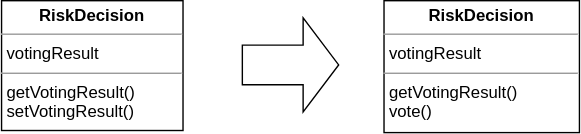
The draw.io diagram images/domain-driven-refactorings/tactical/remove-setter.drawio.svg in hschwentner/hschwentner.io, before a commit. Source tidied: cells renumbered, new cells last; positions are measured from the earlier drawing's top-left corner, leaving out a move shared by most shapes. The source it was exported from:
```xml
<mxGraphModel>
  <root>
    <mxCell id="0" />
    <mxCell id="1" parent="0" />
    <mxCell id="2" value="&lt;p style=&quot;margin: 0px ; margin-top: 4px ; text-align: center&quot;&gt;&lt;b&gt;RiskDecision&lt;/b&gt;&lt;/p&gt;&lt;hr size=&quot;1&quot;&gt;&lt;p style=&quot;margin: 0px ; margin-left: 4px&quot;&gt;votingResult&lt;/p&gt;&lt;hr size=&quot;1&quot;&gt;&lt;p style=&quot;margin: 0px ; margin-left: 4px&quot;&gt;&lt;span&gt;getVotingResult()&lt;/span&gt;&lt;br&gt;&lt;/p&gt;&lt;p style=&quot;margin: 0px ; margin-left: 4px&quot;&gt;setVotingResult()&lt;/p&gt;" style="verticalAlign=top;align=left;overflow=fill;fontSize=12;fontFamily=Helvetica;html=1;" parent="1" vertex="1">
      <mxGeometry width="130" height="93" as="geometry" />
    </mxCell>
    <mxCell id="3" style="shape=flexArrow;endArrow=classic;html=1;rounded=0;endWidth=38.14814814814815;endSize=8.15;width=28.333333333333332;" parent="1" edge="1">
      <mxGeometry relative="1" as="geometry">
        <mxPoint x="172" y="46" as="sourcePoint" />
        <mxPoint x="242" y="46" as="targetPoint" />
      </mxGeometry>
    </mxCell>
    <mxCell id="4" value="&lt;p style=&quot;margin: 0px ; margin-top: 4px ; text-align: center&quot;&gt;&lt;b&gt;RiskDecision&lt;/b&gt;&lt;/p&gt;&lt;hr size=&quot;1&quot;&gt;&lt;p style=&quot;margin: 0px ; margin-left: 4px&quot;&gt;votingResult&lt;/p&gt;&lt;hr size=&quot;1&quot;&gt;&lt;p style=&quot;margin: 0px ; margin-left: 4px&quot;&gt;&lt;span&gt;getVotingResult()&lt;/span&gt;&lt;br&gt;&lt;/p&gt;&lt;p style=&quot;margin: 0px ; margin-left: 4px&quot;&gt;vote()&lt;/p&gt;" style="verticalAlign=top;align=left;overflow=fill;fontSize=12;fontFamily=Helvetica;html=1;" parent="1" vertex="1">
      <mxGeometry x="274" width="140" height="94.5" as="geometry" />
    </mxCell>
  </root>
</mxGraphModel>
```
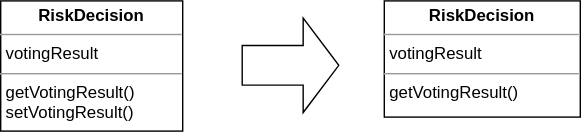
After the change.

The edit, as a diff of the source:
```diff
@@ -11,8 +11,8 @@
         <mxPoint x="242" y="46" as="targetPoint" />
       </mxGeometry>
     </mxCell>
-    <mxCell id="4" value="&lt;p style=&quot;margin: 0px ; margin-top: 4px ; text-align: center&quot;&gt;&lt;b&gt;RiskDecision&lt;/b&gt;&lt;/p&gt;&lt;hr size=&quot;1&quot;&gt;&lt;p style=&quot;margin: 0px ; margin-left: 4px&quot;&gt;votingResult&lt;/p&gt;&lt;hr size=&quot;1&quot;&gt;&lt;p style=&quot;margin: 0px ; margin-left: 4px&quot;&gt;&lt;span&gt;getVotingResult()&lt;/span&gt;&lt;br&gt;&lt;/p&gt;&lt;p style=&quot;margin: 0px ; margin-left: 4px&quot;&gt;vote()&lt;/p&gt;" style="verticalAlign=top;align=left;overflow=fill;fontSize=12;fontFamily=Helvetica;html=1;" parent="1" vertex="1">
-      <mxGeometry x="274" width="140" height="94.5" as="geometry" />
+    <mxCell id="4" value="&lt;p style=&quot;margin: 0px ; margin-top: 4px ; text-align: center&quot;&gt;&lt;b&gt;RiskDecision&lt;/b&gt;&lt;/p&gt;&lt;hr size=&quot;1&quot;&gt;&lt;p style=&quot;margin: 0px ; margin-left: 4px&quot;&gt;votingResult&lt;/p&gt;&lt;hr size=&quot;1&quot;&gt;&lt;p style=&quot;margin: 0px ; margin-left: 4px&quot;&gt;&lt;span&gt;getVotingResult()&lt;/span&gt;&lt;/p&gt;" style="verticalAlign=top;align=left;overflow=fill;fontSize=12;fontFamily=Helvetica;html=1;" parent="1" vertex="1">
+      <mxGeometry x="274" width="140" height="83" as="geometry" />
     </mxCell>
   </root>
 </mxGraphModel>
```
